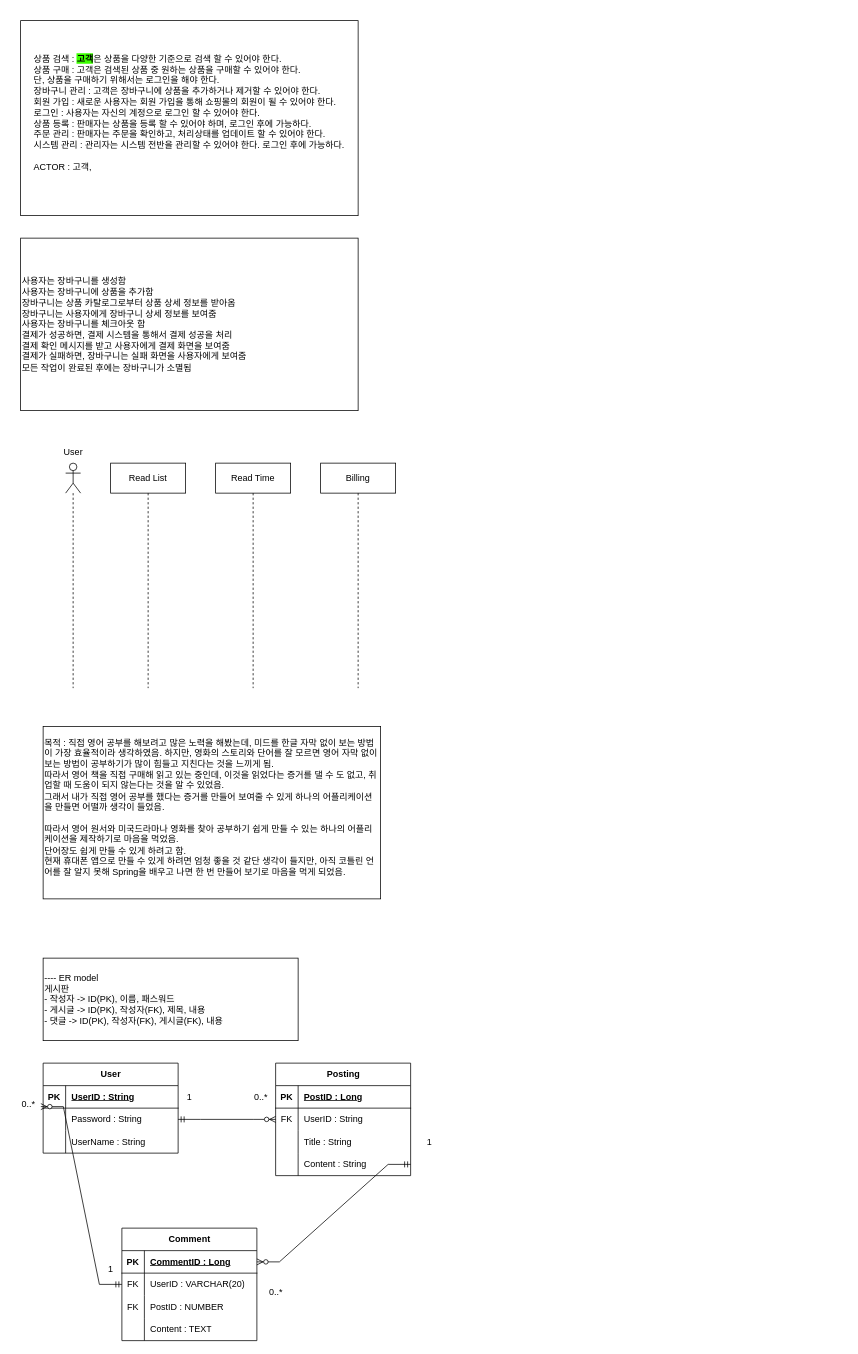
The draw.io diagram 제목 없는 다이어그램.drawio in GyuminGomin/Architecture, before the edit. Source tidied: cells renumbered, new cells numbered last; positions are measured from the earlier drawing's top-left corner, leaving out a move shared by most shapes. Both pictures are drawn from the tidied source at 75%, with x=0, y=0 at pixel (-17, 20).
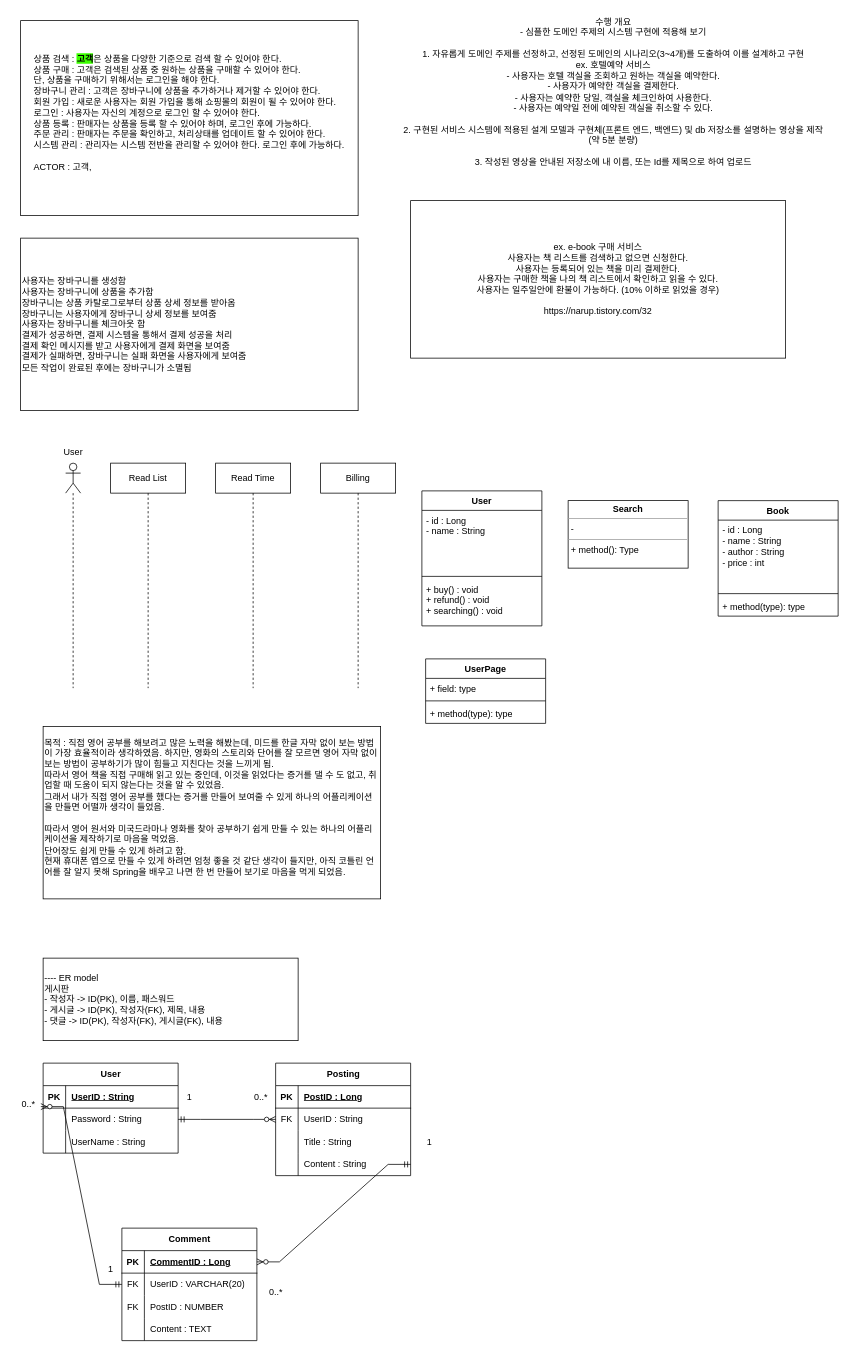
The same page after the edit.

The edit, as a diff of the source:
```diff
@@
+    <mxCell id="56" value="수행 개요&lt;br&gt;- 심플한 도메인 주제의 시스템 구현에 적용해 보기&lt;br&gt;&lt;br&gt;1. 자유롭게 도메인 주제를 선정하고, 선정된 도메인의 시나리오(3~4개)를 도출하여 이를 설계하고 구현&lt;br&gt;ex. 호텔예약 서비스&lt;br&gt;- 사용자는 호텔 객실을 조회하고 원하는 객실을 예약한다.&lt;br&gt;- 사용자가 예약한 객실을 결제한다.&lt;br&gt;- 사용자는 예약한 당일, 객실을 체크인하여 사용한다.&lt;br&gt;- 사용자는 예약일 전에 예약된 객실을 취소할 수 있다.&lt;br&gt;&lt;br&gt;2. 구현된 서비스 시스템에 적용된 설계 모델과 구현체(프론트 엔드, 백엔드) 및 db 저장소를 설명하는 영상을 제작&lt;br&gt;(약 5분 분량)&lt;br&gt;&lt;br&gt;3. 작성된 영상을 안내된 저장소에 내 이름, 또는 Id를 제목으로 하여 업로드&lt;br&gt;" style="text;html=1;align=center;verticalAlign=middle;strokeColor=none;fillColor=none;" parent="1" vertex="1">
+      <mxGeometry x="530" y="-10" width="620" height="210" as="geometry" />
+    </mxCell>
+    <mxCell id="57" value="ex. e-book 구매 서비스&lt;br&gt;사용자는 책 리스트를 검색하고 없으면 신청한다.&lt;br&gt;사용자는 등록되어 있는 책을 미리 결제한다.&lt;br&gt;사용자는 구매한 책을 나의 책 리스트에서 확인하고 읽을 수 있다.&lt;br&gt;사용자는 일주일안에 환불이 가능하다. (10% 이하로 읽었을 경우)&lt;br&gt;&lt;br&gt;https://narup.tistory.com/32" style="rounded=0;whiteSpace=wrap;html=1;" parent="1" vertex="1">
+      <mxGeometry x="570" y="240" width="500" height="210" as="geometry" />
+    </mxCell>
+    <mxCell id="58" value="User" style="swimlane;fontStyle=1;align=center;verticalAlign=top;horizontal=1;startSize=26;whiteSpace=wrap;html=1;" parent="1" vertex="1">
+      <mxGeometry x="585" y="627" width="160" height="180" as="geometry" />
+    </mxCell>
+    <mxCell id="59" value="- id : Long&lt;br&gt;- name : String" style="text;strokeColor=none;fillColor=none;align=left;verticalAlign=top;spacingLeft=4;spacingRight=4;overflow=hidden;whiteSpace=wrap;html=1;" parent="58" vertex="1">
+      <mxGeometry y="26" width="160" height="84" as="geometry" />
+    </mxCell>
+    <mxCell id="60" style="line;strokeWidth=1;fillColor=none;align=left;verticalAlign=middle;spacingTop=-1;spacingLeft=3;spacingRight=3;labelPosition=right;strokeColor=inherit;" parent="58" vertex="1">
+      <mxGeometry y="110" width="160" height="8" as="geometry" />
+    </mxCell>
+    <mxCell id="61" value="+ buy() : void&lt;br&gt;+ refund() : void&lt;br&gt;+ searching() : void" style="text;strokeColor=none;fillColor=none;align=left;verticalAlign=top;spacingLeft=4;spacingRight=4;overflow=hidden;whiteSpace=wrap;html=1;" parent="58" vertex="1">
+      <mxGeometry y="118" width="160" height="62" as="geometry" />
+    </mxCell>
+    <mxCell id="62" value="Book" style="swimlane;fontStyle=1;align=center;verticalAlign=top;horizontal=1;startSize=26;whiteSpace=wrap;html=1;" parent="1" vertex="1">
+      <mxGeometry x="980" y="640" width="160" height="154" as="geometry" />
+    </mxCell>
+    <mxCell id="63" value="- id : Long&lt;br&gt;- name : String&lt;br&gt;- author : String&lt;br&gt;- price : int" style="text;strokeColor=none;fillColor=none;align=left;verticalAlign=top;spacingLeft=4;spacingRight=4;overflow=hidden;whiteSpace=wrap;html=1;" parent="62" vertex="1">
+      <mxGeometry y="26" width="160" height="94" as="geometry" />
+    </mxCell>
+    <mxCell id="64" style="line;strokeWidth=1;fillColor=none;align=left;verticalAlign=middle;spacingTop=-1;spacingLeft=3;spacingRight=3;labelPosition=right;strokeColor=inherit;" parent="62" vertex="1">
+      <mxGeometry y="120" width="160" height="8" as="geometry" />
+    </mxCell>
+    <mxCell id="65" value="+ method(type): type" style="text;strokeColor=none;fillColor=none;align=left;verticalAlign=top;spacingLeft=4;spacingRight=4;overflow=hidden;whiteSpace=wrap;html=1;" parent="62" vertex="1">
+      <mxGeometry y="128" width="160" height="26" as="geometry" />
+    </mxCell>
+    <mxCell id="66" value="UserPage" style="swimlane;fontStyle=1;align=center;verticalAlign=top;horizontal=1;startSize=26;whiteSpace=wrap;html=1;" parent="1" vertex="1">
+      <mxGeometry x="590" y="851" width="160" height="86" as="geometry" />
+    </mxCell>
+    <mxCell id="67" value="+ field: type" style="text;strokeColor=none;fillColor=none;align=left;verticalAlign=top;spacingLeft=4;spacingRight=4;overflow=hidden;whiteSpace=wrap;html=1;" parent="66" vertex="1">
+      <mxGeometry y="26" width="160" height="26" as="geometry" />
+    </mxCell>
+    <mxCell id="68" style="line;strokeWidth=1;fillColor=none;align=left;verticalAlign=middle;spacingTop=-1;spacingLeft=3;spacingRight=3;labelPosition=right;strokeColor=inherit;" parent="66" vertex="1">
+      <mxGeometry y="52" width="160" height="8" as="geometry" />
+    </mxCell>
+    <mxCell id="69" value="+ method(type): type" style="text;strokeColor=none;fillColor=none;align=left;verticalAlign=top;spacingLeft=4;spacingRight=4;overflow=hidden;whiteSpace=wrap;html=1;" parent="66" vertex="1">
+      <mxGeometry y="60" width="160" height="26" as="geometry" />
+    </mxCell>
+    <mxCell id="70" value="&lt;p style=&quot;margin:0px;margin-top:4px;text-align:center;&quot;&gt;&lt;b&gt;Search&lt;/b&gt;&lt;/p&gt;&lt;hr size=&quot;1&quot;&gt;&lt;p style=&quot;margin:0px;margin-left:4px;&quot;&gt;-&amp;nbsp;&lt;/p&gt;&lt;hr size=&quot;1&quot;&gt;&lt;p style=&quot;margin:0px;margin-left:4px;&quot;&gt;+ method(): Type&lt;/p&gt;" style="verticalAlign=top;align=left;overflow=fill;fontSize=12;fontFamily=Helvetica;html=1;whiteSpace=wrap;" parent="1" vertex="1">
+      <mxGeometry x="780" y="640" width="160" height="90" as="geometry" />
+    </mxCell>
```
